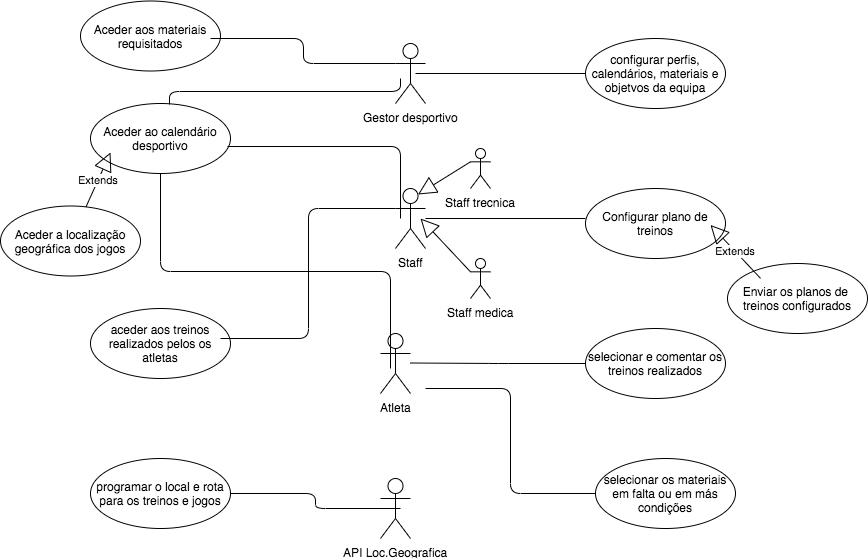
This is Mod. de trabalhos/Usermodel GoLabuta.png from EdgarNeto10/GoLabuta, a draw.io export, as it was before one commit. Source tidied: cells renumbered, new cells last; positions are measured from the earlier drawing's top-left corner, leaving out a move shared by most shapes.
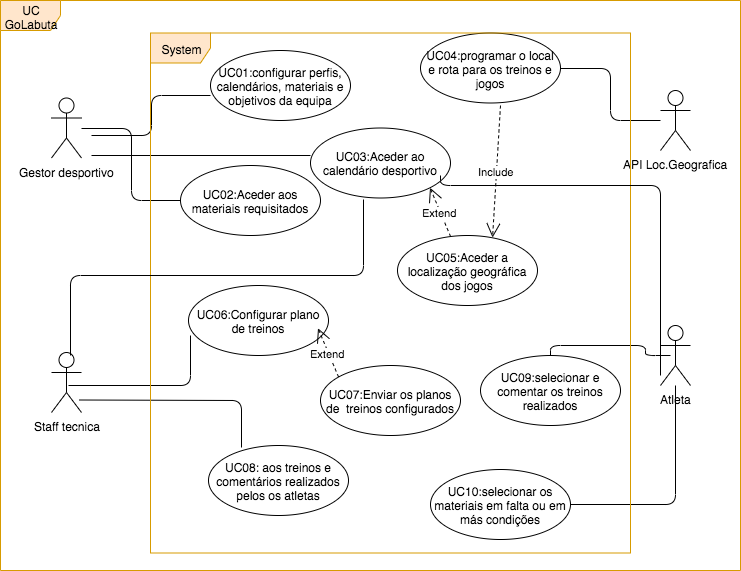
Above is the later version.

Diff of the diagram source:
```diff
@@ -2,183 +2,165 @@
   <root>
     <mxCell id="0" />
     <mxCell id="1" parent="0" />
-    <mxCell id="2" value="Staff" style="shape=umlActor;verticalLabelPosition=bottom;labelBackgroundColor=#ffffff;verticalAlign=top;html=1;" parent="1" vertex="1">
-      <mxGeometry x="395" y="188" width="30" height="60" as="geometry" />
+    <mxCell id="2" value="Staff tecnica&lt;br&gt;" style="shape=umlActor;verticalLabelPosition=bottom;labelBackgroundColor=#ffffff;verticalAlign=top;html=1;" parent="1" vertex="1">
+      <mxGeometry x="451" y="355" width="30" height="60" as="geometry" />
     </mxCell>
-    <mxCell id="3" value="Configurar plano de treinos" style="ellipse;whiteSpace=wrap;html=1;" parent="1" vertex="1">
-      <mxGeometry x="585" y="188" width="140" height="70" as="geometry" />
+    <mxCell id="3" value="UC06:Configurar plano de treinos" style="ellipse;whiteSpace=wrap;html=1;" parent="1" vertex="1">
+      <mxGeometry x="588" y="288" width="140" height="70" as="geometry" />
     </mxCell>
-    <mxCell id="4" style="endArrow=none;html=1;edgeStyle=orthogonalEdgeStyle;" parent="1" edge="1">
-      <mxGeometry relative="1" as="geometry">
-        <mxPoint x="425" y="218" as="sourcePoint" />
-        <mxPoint x="585" y="218" as="targetPoint" />
-      </mxGeometry>
-    </mxCell>
-    <mxCell id="5" style="html=1;align=left;verticalAlign=bottom;labelBackgroundColor=#ffffff;fontSize=10;" parent="4" vertex="1">
-      <mxGeometry x="-1" relative="1" as="geometry" />
-    </mxCell>
-    <mxCell id="6" style="html=1;align=right;verticalAlign=bottom;labelBackgroundColor=#ffffff;fontSize=10;" parent="4" vertex="1">
-      <mxGeometry x="1" relative="1" as="geometry" />
-    </mxCell>
     <mxCell id="7" value="Atleta" style="shape=umlActor;verticalLabelPosition=bottom;labelBackgroundColor=#ffffff;verticalAlign=top;html=1;" parent="1" vertex="1">
-      <mxGeometry x="380" y="333" width="30" height="60" as="geometry" />
+      <mxGeometry x="1060" y="328" width="30" height="60" as="geometry" />
     </mxCell>
-    <mxCell id="8" value="selecionar e comentar os treinos realizados" style="ellipse;whiteSpace=wrap;html=1;" parent="1" vertex="1">
-      <mxGeometry x="585" y="328" width="140" height="70" as="geometry" />
+    <mxCell id="8" value="UC09:selecionar e comentar os treinos realizados" style="ellipse;whiteSpace=wrap;html=1;" parent="1" vertex="1">
+      <mxGeometry x="880" y="358" width="140" height="70" as="geometry" />
     </mxCell>
-    <mxCell id="9" style="endArrow=none;html=1;edgeStyle=orthogonalEdgeStyle;entryX=0;entryY=0.5;entryDx=0;entryDy=0;" parent="1" edge="1" target="8">
-      <mxGeometry relative="1" as="geometry">
-        <mxPoint x="410" y="362.5" as="sourcePoint" />
-      </mxGeometry>
-    </mxCell>
-    <mxCell id="10" style="html=1;align=left;verticalAlign=bottom;labelBackgroundColor=#ffffff;fontSize=10;" parent="9" vertex="1">
-      <mxGeometry x="-1" relative="1" as="geometry" />
-    </mxCell>
-    <mxCell id="11" style="html=1;align=right;verticalAlign=bottom;labelBackgroundColor=#ffffff;fontSize=10;" parent="9" vertex="1">
-      <mxGeometry x="1" relative="1" as="geometry" />
-    </mxCell>
-    <mxCell id="12" value="configurar perfis, calendários, materiais e objetvos da equipa" style="ellipse;whiteSpace=wrap;html=1;" parent="1" vertex="1">
-      <mxGeometry x="585" y="38" width="140" height="70" as="geometry" />
+    <mxCell id="12" value="UC01:configurar perfis, calendários, materiais e objetivos da equipa" style="ellipse;whiteSpace=wrap;html=1;" parent="1" vertex="1">
+      <mxGeometry x="610" y="53" width="140" height="70" as="geometry" />
     </mxCell>
     <mxCell id="13" value="Gestor desportivo" style="shape=umlActor;verticalLabelPosition=bottom;labelBackgroundColor=#ffffff;verticalAlign=top;html=1;" parent="1" vertex="1">
-      <mxGeometry x="395" y="43" width="30" height="60" as="geometry" />
+      <mxGeometry x="451" y="100.5" width="30" height="60" as="geometry" />
     </mxCell>
-    <mxCell id="14" style="endArrow=none;html=1;edgeStyle=orthogonalEdgeStyle;entryX=0;entryY=0.5;entryDx=0;entryDy=0;" parent="1" edge="1" target="12">
-      <mxGeometry relative="1" as="geometry">
-        <mxPoint x="415" y="73" as="sourcePoint" />
-      </mxGeometry>
-    </mxCell>
-    <mxCell id="15" style="html=1;align=left;verticalAlign=bottom;labelBackgroundColor=#ffffff;fontSize=10;" parent="14" vertex="1">
-      <mxGeometry x="-1" relative="1" as="geometry" />
-    </mxCell>
-    <mxCell id="16" style="html=1;align=right;verticalAlign=bottom;labelBackgroundColor=#ffffff;fontSize=10;" parent="14" vertex="1">
-      <mxGeometry x="1" relative="1" as="geometry" />
-    </mxCell>
-    <mxCell id="17" value="selecionar os materiais em falta ou em más condições" style="ellipse;whiteSpace=wrap;html=1;" parent="1" vertex="1">
-      <mxGeometry x="595" y="458" width="140" height="70" as="geometry" />
+    <mxCell id="17" value="UC10:selecionar os materiais em falta ou em más condições" style="ellipse;whiteSpace=wrap;html=1;gradientColor=none;" parent="1" vertex="1">
+      <mxGeometry x="830" y="472" width="140" height="70" as="geometry" />
     </mxCell>
-    <mxCell id="18" style="endArrow=none;html=1;edgeStyle=orthogonalEdgeStyle;entryX=0;entryY=0.5;entryDx=0;entryDy=0;" parent="1" edge="1" target="17">
-      <mxGeometry relative="1" as="geometry">
-        <mxPoint x="425" y="388" as="sourcePoint" />
-      </mxGeometry>
-    </mxCell>
-    <mxCell id="19" style="html=1;align=left;verticalAlign=bottom;labelBackgroundColor=#ffffff;fontSize=10;" parent="18" vertex="1">
-      <mxGeometry x="-1" relative="1" as="geometry" />
-    </mxCell>
-    <mxCell id="20" style="html=1;align=right;verticalAlign=bottom;labelBackgroundColor=#ffffff;fontSize=10;" parent="18" vertex="1">
-      <mxGeometry x="1" relative="1" as="geometry" />
-    </mxCell>
-    <mxCell id="21" value="Aceder ao calendário desportivo" style="ellipse;whiteSpace=wrap;html=1;" parent="1" vertex="1">
-      <mxGeometry x="90" y="103" width="140" height="70" as="geometry" />
+    <mxCell id="21" value="UC03:Aceder ao calendário desportivo" style="ellipse;whiteSpace=wrap;html=1;" parent="1" vertex="1">
+      <mxGeometry x="710" y="130.5" width="140" height="70" as="geometry" />
     </mxCell>
-    <mxCell id="22" style="endArrow=none;html=1;edgeStyle=orthogonalEdgeStyle;exitX=0.564;exitY=0.014;exitDx=0;exitDy=0;exitPerimeter=0;" parent="1" edge="1" source="21">
-      <mxGeometry relative="1" as="geometry">
-        <mxPoint x="400" y="78" as="targetPoint" />
-      </mxGeometry>
-    </mxCell>
-    <mxCell id="23" style="html=1;align=left;verticalAlign=bottom;labelBackgroundColor=#ffffff;fontSize=10;" parent="22" vertex="1">
-      <mxGeometry x="-1" relative="1" as="geometry" />
-    </mxCell>
-    <mxCell id="24" style="html=1;align=right;verticalAlign=bottom;labelBackgroundColor=#ffffff;fontSize=10;" parent="22" vertex="1">
-      <mxGeometry x="1" relative="1" as="geometry" />
-    </mxCell>
-    <mxCell id="25" style="endArrow=none;html=1;edgeStyle=orthogonalEdgeStyle;exitX=0.979;exitY=0.614;exitDx=0;exitDy=0;exitPerimeter=0;" parent="1" edge="1" source="21">
-      <mxGeometry relative="1" as="geometry">
-        <mxPoint x="400" y="218" as="targetPoint" />
-      </mxGeometry>
-    </mxCell>
-    <mxCell id="26" style="html=1;align=left;verticalAlign=bottom;labelBackgroundColor=#ffffff;fontSize=10;" parent="25" vertex="1">
-      <mxGeometry x="-1" relative="1" as="geometry" />
-    </mxCell>
-    <mxCell id="27" style="html=1;align=right;verticalAlign=bottom;labelBackgroundColor=#ffffff;fontSize=10;" parent="25" vertex="1">
-      <mxGeometry x="1" relative="1" as="geometry" />
-    </mxCell>
-    <mxCell id="28" style="endArrow=none;html=1;edgeStyle=orthogonalEdgeStyle;exitX=0.5;exitY=1;exitDx=0;exitDy=0;" parent="1" edge="1" source="21">
-      <mxGeometry relative="1" as="geometry">
-        <mxPoint x="390" y="368" as="targetPoint" />
-      </mxGeometry>
-    </mxCell>
-    <mxCell id="29" style="html=1;align=left;verticalAlign=bottom;labelBackgroundColor=#ffffff;fontSize=10;" parent="28" vertex="1">
-      <mxGeometry x="-1" relative="1" as="geometry" />
-    </mxCell>
-    <mxCell id="30" style="html=1;align=right;verticalAlign=bottom;labelBackgroundColor=#ffffff;fontSize=10;" parent="28" vertex="1">
-      <mxGeometry x="1" relative="1" as="geometry" />
-    </mxCell>
-    <mxCell id="31" value="aceder aos treinos realizados pelos os atletas" style="ellipse;whiteSpace=wrap;html=1;" parent="1" vertex="1">
-      <mxGeometry x="90" y="308" width="140" height="70" as="geometry" />
+    <mxCell id="31" value="UC08:&amp;nbsp;aos treinos e comentários realizados pelos os atletas" style="ellipse;whiteSpace=wrap;html=1;" parent="1" vertex="1">
+      <mxGeometry x="608" y="448" width="140" height="70" as="geometry" />
     </mxCell>
-    <mxCell id="32" style="endArrow=none;html=1;edgeStyle=orthogonalEdgeStyle;entryX=0;entryY=0.3333333333333333;entryDx=0;entryDy=0;entryPerimeter=0;" parent="1" edge="1" target="2">
-      <mxGeometry relative="1" as="geometry">
-        <mxPoint x="220" y="338" as="sourcePoint" />
-      </mxGeometry>
-    </mxCell>
-    <mxCell id="33" style="html=1;align=left;verticalAlign=bottom;labelBackgroundColor=#ffffff;fontSize=10;" parent="32" vertex="1">
-      <mxGeometry x="-1" relative="1" as="geometry" />
-    </mxCell>
-    <mxCell id="34" style="html=1;align=right;verticalAlign=bottom;labelBackgroundColor=#ffffff;fontSize=10;" parent="32" vertex="1">
-      <mxGeometry x="1" relative="1" as="geometry" />
-    </mxCell>
+    <mxCell id="36" value="UC04:programar o local e rota para os treinos e jogos" style="ellipse;whiteSpace=wrap;html=1;" parent="1" vertex="1">
+      <mxGeometry x="820" y="35.5" width="140" height="70" as="geometry" />
+    </mxCell>
+    <mxCell id="44" value="UC07:Enviar os planos de&amp;nbsp; treinos configurados" style="ellipse;whiteSpace=wrap;html=1;" parent="1" vertex="1">
+      <mxGeometry x="720" y="368" width="140" height="70" as="geometry" />
+    </mxCell>
+    <mxCell id="46" value="UC05:Aceder a localização geográfica dos jogos" style="ellipse;whiteSpace=wrap;html=1;" parent="1" vertex="1">
+      <mxGeometry x="797" y="238" width="140" height="70" as="geometry" />
+    </mxCell>
+    <mxCell id="48" value="UC02:Aceder aos materiais requisitados" style="ellipse;whiteSpace=wrap;html=1;" parent="1" vertex="1">
+      <mxGeometry x="580" y="168" width="140" height="70" as="geometry" />
+    </mxCell>
     <mxCell id="35" value="API Loc.Geografica&lt;br&gt;" style="shape=umlActor;verticalLabelPosition=bottom;labelBackgroundColor=#ffffff;verticalAlign=top;html=1;" parent="1" vertex="1">
-      <mxGeometry x="380" y="478" width="30" height="60" as="geometry" />
+      <mxGeometry x="1060" y="93" width="30" height="60" as="geometry" />
     </mxCell>
-    <mxCell id="36" value="programar o local e rota para os treinos e jogos" style="ellipse;whiteSpace=wrap;html=1;" parent="1" vertex="1">
-      <mxGeometry x="90" y="458" width="140" height="70" as="geometry" />
-    </mxCell>
-    <mxCell id="37" style="endArrow=none;html=1;edgeStyle=orthogonalEdgeStyle;exitX=1;exitY=0.5;exitDx=0;exitDy=0;" parent="1" edge="1" source="36">
-      <mxGeometry relative="1" as="geometry">
-        <mxPoint x="400" y="508" as="targetPoint" />
-      </mxGeometry>
-    </mxCell>
-    <mxCell id="38" style="html=1;align=left;verticalAlign=bottom;labelBackgroundColor=#ffffff;fontSize=10;" parent="37" vertex="1">
-      <mxGeometry x="-1" relative="1" as="geometry" />
-    </mxCell>
-    <mxCell id="39" style="html=1;align=right;verticalAlign=bottom;labelBackgroundColor=#ffffff;fontSize=10;" parent="37" vertex="1">
-      <mxGeometry x="1" relative="1" as="geometry" />
-    </mxCell>
-    <mxCell id="40" value="Staff trecnica" style="shape=umlActor;verticalLabelPosition=bottom;labelBackgroundColor=#ffffff;verticalAlign=top;html=1;" parent="1" vertex="1">
-      <mxGeometry x="470" y="148" width="20" height="40" as="geometry" />
-    </mxCell>
-    <mxCell id="41" value="Staff medica" style="shape=umlActor;verticalLabelPosition=bottom;labelBackgroundColor=#ffffff;verticalAlign=top;html=1;" parent="1" vertex="1">
-      <mxGeometry x="470" y="258" width="20" height="40" as="geometry" />
-    </mxCell>
-    <mxCell id="42" style="endArrow=block;endSize=16;endFill=0;html=1;exitX=0;exitY=0.3333333333333333;exitDx=0;exitDy=0;exitPerimeter=0;" parent="1" edge="1" source="41">
-      <mxGeometry relative="1" as="geometry">
-        <mxPoint x="420" y="218" as="targetPoint" />
-      </mxGeometry>
-    </mxCell>
-    <mxCell id="43" style="endArrow=block;endSize=16;endFill=0;html=1;entryX=0.75;entryY=0.1;entryDx=0;entryDy=0;entryPerimeter=0;exitX=0;exitY=0.3333333333333333;exitDx=0;exitDy=0;exitPerimeter=0;" parent="1" edge="1" source="40" target="2">
-      <mxGeometry relative="1" as="geometry" />
-    </mxCell>
-    <mxCell id="44" value="Enviar os planos de&amp;nbsp; treinos configurados" style="ellipse;whiteSpace=wrap;html=1;" parent="1" vertex="1">
-      <mxGeometry x="727" y="263" width="140" height="70" as="geometry" />
-    </mxCell>
-    <mxCell id="45" value="Extends" style="endArrow=block;endSize=16;endFill=0;html=1;exitX=0;exitY=0.3333333333333333;exitDx=0;exitDy=0;exitPerimeter=0;" parent="1" edge="1">
-      <mxGeometry relative="1" as="geometry">
-        <mxPoint x="760" y="277.8" as="sourcePoint" />
-        <mxPoint x="710" y="224.5" as="targetPoint" />
-      </mxGeometry>
-    </mxCell>
-    <mxCell id="46" value="Aceder a localização geográfica dos jogos" style="ellipse;whiteSpace=wrap;html=1;" parent="1" vertex="1">
-      <mxGeometry y="205.5" width="140" height="70" as="geometry" />
-    </mxCell>
-    <mxCell id="47" value="Extends" style="endArrow=block;endSize=16;endFill=0;html=1;" parent="1" edge="1" source="46">
-      <mxGeometry relative="1" as="geometry">
-        <mxPoint x="110" y="152" as="targetPoint" />
-      </mxGeometry>
-    </mxCell>
-    <mxCell id="48" value="Aceder aos materiais requisitados" style="ellipse;whiteSpace=wrap;html=1;" parent="1" vertex="1">
-      <mxGeometry x="80" y="0.5" width="140" height="70" as="geometry" />
-    </mxCell>
-    <mxCell id="49" style="endArrow=none;html=1;edgeStyle=orthogonalEdgeStyle;entryX=0;entryY=0.3333333333333333;entryDx=0;entryDy=0;entryPerimeter=0;" parent="1" edge="1" target="13">
-      <mxGeometry relative="1" as="geometry">
-        <mxPoint x="210" y="38" as="sourcePoint" />
-      </mxGeometry>
-    </mxCell>
-    <mxCell id="50" style="html=1;align=left;verticalAlign=bottom;labelBackgroundColor=#ffffff;fontSize=10;" parent="49" vertex="1">
-      <mxGeometry x="-1" relative="1" as="geometry" />
-    </mxCell>
-    <mxCell id="51" style="html=1;align=right;verticalAlign=bottom;labelBackgroundColor=#ffffff;fontSize=10;" parent="49" vertex="1">
-      <mxGeometry x="1" relative="1" as="geometry" />
-    </mxCell>
+    <mxCell id="52" style="endArrow=none;html=1;edgeStyle=orthogonalEdgeStyle;exitX=1;exitY=0.5;exitDx=0;exitDy=0;" parent="1" edge="1" source="36" target="35">
+      <mxGeometry relative="1" as="geometry" />
+    </mxCell>
+    <mxCell id="53" style="html=1;align=left;verticalAlign=bottom;labelBackgroundColor=#ffffff;fontSize=10;" parent="52" vertex="1">
+      <mxGeometry x="-1" relative="1" as="geometry" />
+    </mxCell>
+    <mxCell id="54" style="html=1;align=right;verticalAlign=bottom;labelBackgroundColor=#ffffff;fontSize=10;" parent="52" vertex="1">
+      <mxGeometry x="1" relative="1" as="geometry" />
+    </mxCell>
+    <mxCell id="55" style="endArrow=none;html=1;edgeStyle=orthogonalEdgeStyle;entryX=0;entryY=0.643;entryDx=0;entryDy=0;entryPerimeter=0;" parent="1" edge="1" target="12">
+      <mxGeometry relative="1" as="geometry">
+        <mxPoint x="491" y="138" as="sourcePoint" />
+      </mxGeometry>
+    </mxCell>
+    <mxCell id="56" style="html=1;align=left;verticalAlign=bottom;labelBackgroundColor=#ffffff;fontSize=10;" parent="55" vertex="1">
+      <mxGeometry x="-1" relative="1" as="geometry" />
+    </mxCell>
+    <mxCell id="57" style="endArrow=none;html=1;edgeStyle=orthogonalEdgeStyle;entryX=0;entryY=0.393;entryDx=0;entryDy=0;entryPerimeter=0;" parent="1" edge="1" target="21">
+      <mxGeometry relative="1" as="geometry">
+        <mxPoint x="491" y="158" as="sourcePoint" />
+      </mxGeometry>
+    </mxCell>
+    <mxCell id="58" value="Extend" style="endArrow=open;endSize=12;dashed=1;html=1;exitX=0.379;exitY=0.014;exitDx=0;exitDy=0;exitPerimeter=0;entryX=1;entryY=1;entryDx=0;entryDy=0;" parent="1" edge="1" source="46" target="21">
+      <mxGeometry relative="1" as="geometry" />
+    </mxCell>
+    <mxCell id="59" style="endArrow=none;html=1;edgeStyle=orthogonalEdgeStyle;entryX=0.014;entryY=0.714;entryDx=0;entryDy=0;entryPerimeter=0;" parent="1" edge="1" target="3">
+      <mxGeometry relative="1" as="geometry">
+        <mxPoint x="468" y="388" as="sourcePoint" />
+      </mxGeometry>
+    </mxCell>
+    <mxCell id="60" value="Extend" style="endArrow=open;endSize=12;dashed=1;html=1;exitX=0.379;exitY=0.014;exitDx=0;exitDy=0;exitPerimeter=0;entryX=1;entryY=1;entryDx=0;entryDy=0;" parent="1" edge="1">
+      <mxGeometry relative="1" as="geometry">
+        <mxPoint x="738.1" y="379.5" as="sourcePoint" />
+        <mxPoint x="717.5" y="330.7" as="targetPoint" />
+      </mxGeometry>
+    </mxCell>
+    <mxCell id="61" style="endArrow=none;html=1;edgeStyle=orthogonalEdgeStyle;entryX=0.236;entryY=0.029;entryDx=0;entryDy=0;entryPerimeter=0;" parent="1" edge="1" target="31">
+      <mxGeometry relative="1" as="geometry">
+        <mxPoint x="479" y="402.5" as="sourcePoint" />
+      </mxGeometry>
+    </mxCell>
+    <mxCell id="62" style="html=1;align=left;verticalAlign=bottom;labelBackgroundColor=#ffffff;fontSize=10;" parent="61" vertex="1">
+      <mxGeometry x="-1" relative="1" as="geometry" />
+    </mxCell>
+    <mxCell id="63" style="html=1;align=right;verticalAlign=bottom;labelBackgroundColor=#ffffff;fontSize=10;" parent="61" vertex="1">
+      <mxGeometry x="1" relative="1" as="geometry" />
+    </mxCell>
+    <mxCell id="64" value="Include" style="endArrow=open;endSize=12;dashed=1;html=1;entryX=0.679;entryY=0.029;entryDx=0;entryDy=0;entryPerimeter=0;" parent="1" edge="1" target="46">
+      <mxGeometry relative="1" as="geometry">
+        <mxPoint x="900" y="108" as="sourcePoint" />
+      </mxGeometry>
+    </mxCell>
+    <mxCell id="65" style="endArrow=none;html=1;edgeStyle=orthogonalEdgeStyle;exitX=1;exitY=0.5;exitDx=0;exitDy=0;" parent="1" edge="1" source="17" target="7">
+      <mxGeometry relative="1" as="geometry" />
+    </mxCell>
+    <mxCell id="66" style="html=1;align=left;verticalAlign=bottom;labelBackgroundColor=#ffffff;fontSize=10;" parent="65" vertex="1">
+      <mxGeometry x="-1" relative="1" as="geometry" />
+    </mxCell>
+    <mxCell id="67" style="html=1;align=right;verticalAlign=bottom;labelBackgroundColor=#ffffff;fontSize=10;" parent="65" vertex="1">
+      <mxGeometry x="1" relative="1" as="geometry" />
+    </mxCell>
+    <mxCell id="68" style="endArrow=none;html=1;edgeStyle=orthogonalEdgeStyle;entryX=0;entryY=0.5;entryDx=0;entryDy=0;" parent="1" edge="1" source="13" target="48">
+      <mxGeometry relative="1" as="geometry" />
+    </mxCell>
+    <mxCell id="69" style="html=1;align=left;verticalAlign=bottom;labelBackgroundColor=#ffffff;fontSize=10;" parent="68" vertex="1">
+      <mxGeometry x="-1" relative="1" as="geometry" />
+    </mxCell>
+    <mxCell id="70" style="html=1;align=right;verticalAlign=bottom;labelBackgroundColor=#ffffff;fontSize=10;" parent="68" vertex="1">
+      <mxGeometry x="1" relative="1" as="geometry" />
+    </mxCell>
+    <mxCell id="71" style="endArrow=none;html=1;edgeStyle=orthogonalEdgeStyle;exitX=0.5;exitY=0;exitDx=0;exitDy=0;" parent="1" edge="1" source="8">
+      <mxGeometry relative="1" as="geometry">
+        <mxPoint x="1070" y="358" as="targetPoint" />
+      </mxGeometry>
+    </mxCell>
+    <mxCell id="72" style="html=1;align=left;verticalAlign=bottom;labelBackgroundColor=#ffffff;fontSize=10;" parent="71" vertex="1">
+      <mxGeometry x="-1" relative="1" as="geometry" />
+    </mxCell>
+    <mxCell id="73" style="html=1;align=right;verticalAlign=bottom;labelBackgroundColor=#ffffff;fontSize=10;" parent="71" vertex="1">
+      <mxGeometry x="1" relative="1" as="geometry" />
+    </mxCell>
+    <mxCell id="74" value="UC GoLabuta" style="shape=umlFrame;whiteSpace=wrap;html=1;fillColor=#ffe6cc;strokeColor=#d79b00;" parent="1" vertex="1">
+      <mxGeometry x="400" y="3" width="740" height="570" as="geometry" />
+    </mxCell>
+    <mxCell id="75" value="System" style="shape=umlFrame;whiteSpace=wrap;html=1;fillColor=#ffe6cc;strokeColor=#d79b00;" parent="1" vertex="1">
+      <mxGeometry x="550" y="35.5" width="480" height="520" as="geometry" />
+    </mxCell>
+    <mxCell id="76" style="endArrow=none;html=1;edgeStyle=orthogonalEdgeStyle;" parent="1" edge="1">
+      <mxGeometry relative="1" as="geometry">
+        <mxPoint x="840" y="178" as="sourcePoint" />
+        <mxPoint x="1060" y="378" as="targetPoint" />
+        <Array as="points">
+          <mxPoint x="840" y="188" />
+          <mxPoint x="1060" y="188" />
+        </Array>
+      </mxGeometry>
+    </mxCell>
+    <mxCell id="77" style="html=1;align=left;verticalAlign=bottom;labelBackgroundColor=#ffffff;fontSize=10;" parent="76" vertex="1">
+      <mxGeometry x="-1" relative="1" as="geometry" />
+    </mxCell>
+    <mxCell id="78" style="html=1;align=right;verticalAlign=bottom;labelBackgroundColor=#ffffff;fontSize=10;" parent="76" vertex="1">
+      <mxGeometry x="1" relative="1" as="geometry" />
+    </mxCell>
+    <mxCell id="79" style="endArrow=none;html=1;edgeStyle=orthogonalEdgeStyle;entryX=0.379;entryY=1.026;entryDx=0;entryDy=0;entryPerimeter=0;" parent="1" edge="1" target="21">
+      <mxGeometry relative="1" as="geometry">
+        <mxPoint x="470" y="358" as="sourcePoint" />
+        <Array as="points">
+          <mxPoint x="470" y="278" />
+          <mxPoint x="763" y="278" />
+        </Array>
+      </mxGeometry>
+    </mxCell>
+    <mxCell id="80" style="html=1;align=left;verticalAlign=bottom;labelBackgroundColor=#ffffff;fontSize=10;" parent="79" vertex="1">
+      <mxGeometry x="-1" relative="1" as="geometry" />
+    </mxCell>
+    <mxCell id="81" style="html=1;align=right;verticalAlign=bottom;labelBackgroundColor=#ffffff;fontSize=10;" parent="79" vertex="1">
+      <mxGeometry x="1" relative="1" as="geometry" />
+    </mxCell>
   </root>
 </mxGraphModel>
```
